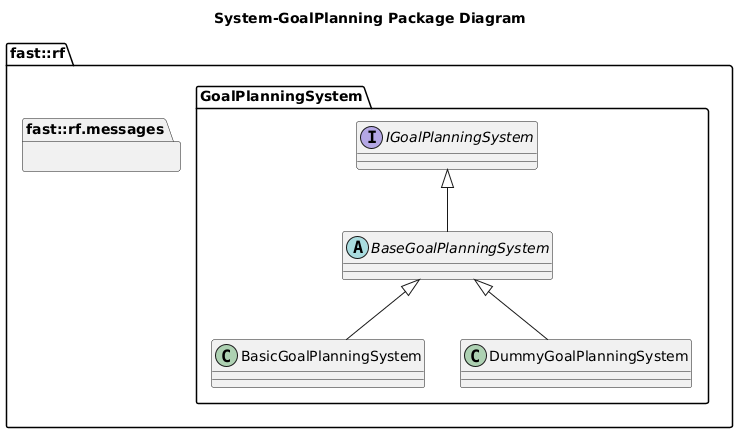
Above: Systems/GoalPlanning/doc/puml/SystemGoalPlanningPackageDiagram.png in fastrobotics/robot_framework (PlantUML), before the change.
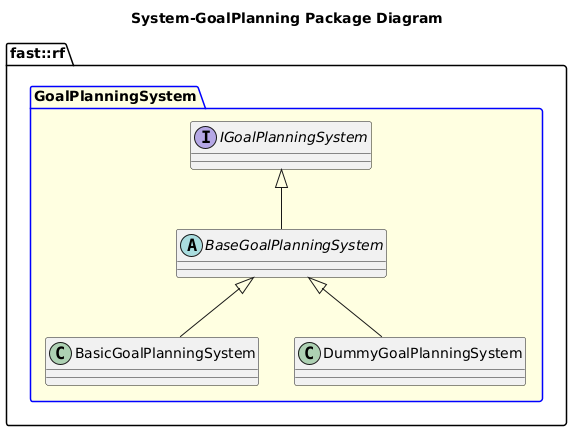
Later version of the same file.

The edit, as a diff of the source:
```diff
@@ -2,8 +2,7 @@
 title System-GoalPlanning Package Diagram
 
 namespace fast::rf {
-  namespace messages  {}
-  namespace GoalPlanningSystem {
+  package GoalPlanningSystem #LightYellow;line:blue {
     interface IGoalPlanningSystem {
     }
     abstract BaseGoalPlanningSystem {
```
